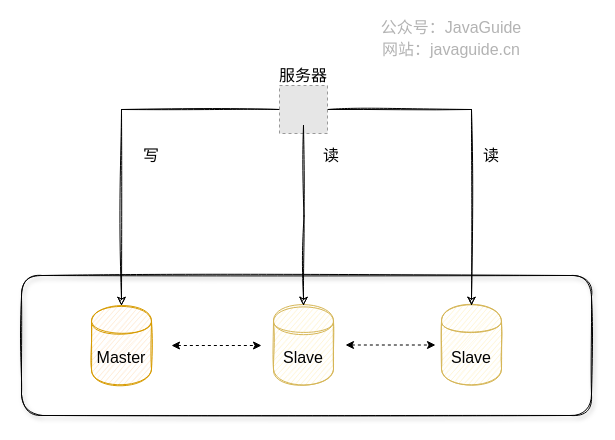
This is docs/high-performance/images/read-and-write-separation-and-library-subtable/read-and-write-separation.drawio from Snailclimb/JavaGuide, a draw.io file, before an edit. Source tidied: cells renumbered, new cells numbered last; positions are measured from the earlier drawing's top-left corner, leaving out a move shared by most shapes. Both pictures are drawn from the tidied source at 100%, with x=0, y=0 at pixel (21, 33). Pictures stored in the file or linked from it are replaced by grey dashed boxes.
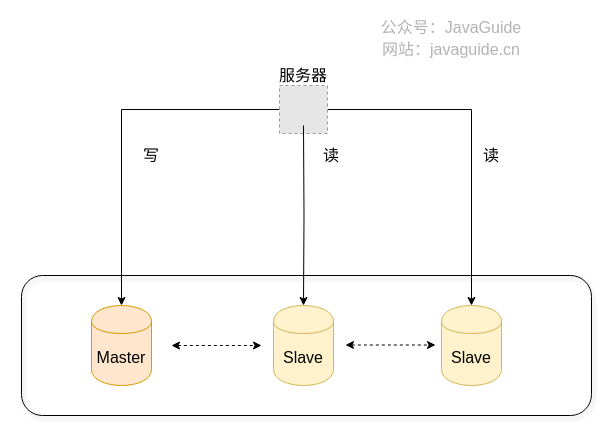
After the change.

The edit, as a diff of the source:
```diff
@@
 <mxGraphModel>
   <root>
     <mxCell id="0" />
     <mxCell id="1" parent="0" />
-    <mxCell id="2" style="rounded=1;whiteSpace=wrap;html=1;fillColor=none;glass=1;sketch=1;shadow=1;" parent="1" vertex="1">
+    <mxCell id="2" style="rounded=1;whiteSpace=wrap;html=1;fillColor=none;glass=1;sketch=0;shadow=1;" parent="1" vertex="1">
       <mxGeometry y="242" width="570" height="140" as="geometry" />
     </mxCell>
-    <mxCell id="3" value="Master" style="shape=cylinder;whiteSpace=wrap;html=1;boundedLbl=1;backgroundOutline=1;fillColor=#ffe6cc;strokeColor=#d79b00;shadow=0;sketch=1;fontSize=16;" parent="1" vertex="1">
+    <mxCell id="3" value="Master" style="shape=cylinder;whiteSpace=wrap;html=1;boundedLbl=1;backgroundOutline=1;fillColor=#ffe6cc;strokeColor=#d79b00;shadow=0;sketch=0;fontSize=16;" parent="1" vertex="1">
       <mxGeometry x="70" y="272" width="60" height="80" as="geometry" />
     </mxCell>
-    <mxCell id="4" value="Slave" style="shape=cylinder;whiteSpace=wrap;html=1;boundedLbl=1;backgroundOutline=1;fillColor=#fff2cc;strokeColor=#d6b656;shadow=0;sketch=1;fontSize=16;" parent="1" vertex="1">
+    <mxCell id="4" value="Slave" style="shape=cylinder;whiteSpace=wrap;html=1;boundedLbl=1;backgroundOutline=1;fillColor=#fff2cc;strokeColor=#d6b656;shadow=0;sketch=0;fontSize=16;" parent="1" vertex="1">
       <mxGeometry x="252" y="272" width="60" height="80" as="geometry" />
     </mxCell>
-    <mxCell id="5" value="Slave" style="shape=cylinder;whiteSpace=wrap;html=1;boundedLbl=1;backgroundOutline=1;fillColor=#fff2cc;strokeColor=#d6b656;shadow=0;sketch=1;fontSize=16;" parent="1" vertex="1">
+    <mxCell id="5" value="Slave" style="shape=cylinder;whiteSpace=wrap;html=1;boundedLbl=1;backgroundOutline=1;fillColor=#fff2cc;strokeColor=#d6b656;shadow=0;sketch=0;fontSize=16;" parent="1" vertex="1">
       <mxGeometry x="420" y="272" width="60" height="80" as="geometry" />
     </mxCell>
-    <mxCell id="6" value="写" style="text;html=1;strokeColor=none;fillColor=none;align=center;verticalAlign=middle;whiteSpace=wrap;rounded=0;shadow=1;glass=1;sketch=1;fontSize=16;" parent="1" vertex="1">
+    <mxCell id="6" value="写" style="text;html=1;strokeColor=none;fillColor=none;align=center;verticalAlign=middle;whiteSpace=wrap;rounded=0;shadow=1;glass=1;sketch=0;fontSize=16;" parent="1" vertex="1">
       <mxGeometry x="110" y="112" width="40" height="20" as="geometry" />
     </mxCell>
-    <mxCell id="7" value="读" style="text;html=1;strokeColor=none;fillColor=none;align=center;verticalAlign=middle;whiteSpace=wrap;rounded=0;shadow=1;glass=1;sketch=1;fontSize=16;" parent="1" vertex="1">
+    <mxCell id="7" value="读" style="text;html=1;strokeColor=none;fillColor=none;align=center;verticalAlign=middle;whiteSpace=wrap;rounded=0;shadow=1;glass=1;sketch=0;fontSize=16;" parent="1" vertex="1">
       <mxGeometry x="450" y="112" width="40" height="20" as="geometry" />
     </mxCell>
-    <mxCell id="8" style="edgeStyle=orthogonalEdgeStyle;rounded=0;jettySize=auto;html=1;entryX=0.5;entryY=0;entryDx=0;entryDy=0;sketch=1;" parent="1" edge="1" source="10" target="3">
+    <mxCell id="8" style="edgeStyle=orthogonalEdgeStyle;rounded=0;jettySize=auto;html=1;entryX=0.5;entryY=0;entryDx=0;entryDy=0;sketch=0;" parent="1" edge="1" source="10" target="3">
       <mxGeometry relative="1" as="geometry" />
     </mxCell>
-    <mxCell id="9" style="edgeStyle=orthogonalEdgeStyle;rounded=0;jettySize=auto;html=1;sketch=1;" parent="1" edge="1" source="10" target="5">
+    <mxCell id="9" style="edgeStyle=orthogonalEdgeStyle;rounded=0;jettySize=auto;html=1;sketch=0;" parent="1" edge="1" source="10" target="5">
       <mxGeometry relative="1" as="geometry" />
     </mxCell>
     <mxCell id="10" style="fillColor=#E6E6E6;strokeColor=#999999;dashed=1;verticalLabelPosition=bottom;labelBackgroundColor=#ffffff;verticalAlign=top;" parent="1" vertex="1">
       <mxGeometry x="258" y="52" width="48" height="48" as="geometry" />
     </mxCell>
-    <mxCell id="11" style="edgeStyle=orthogonalEdgeStyle;rounded=0;jettySize=auto;html=1;sketch=1;" parent="1" edge="1" target="4">
+    <mxCell id="11" style="edgeStyle=orthogonalEdgeStyle;rounded=0;jettySize=auto;html=1;sketch=0;" parent="1" edge="1" target="4">
       <mxGeometry relative="1" as="geometry">
         <mxPoint x="282" y="92" as="sourcePoint" />
       </mxGeometry>
     </mxCell>
-    <mxCell id="12" value="服务器" style="text;html=1;strokeColor=none;fillColor=none;align=center;verticalAlign=middle;whiteSpace=wrap;rounded=0;shadow=0;fontSize=16;sketch=1;" parent="1" vertex="1">
+    <mxCell id="12" value="服务器" style="text;html=1;strokeColor=none;fillColor=none;align=center;verticalAlign=middle;whiteSpace=wrap;rounded=0;shadow=0;fontSize=16;sketch=0;" parent="1" vertex="1">
       <mxGeometry x="252" y="32" width="60" height="20" as="geometry" />
     </mxCell>
-    <mxCell id="13" value="&lt;font style=&quot;font-size: 16px&quot;&gt;公众号：JavaGuide&lt;br&gt;网站：javaguide.cn&lt;/font&gt;" style="text;html=1;strokeColor=none;fillColor=none;align=center;verticalAlign=middle;whiteSpace=wrap;rounded=0;labelBackgroundColor=none;fontSize=18;fontColor=#B3B3B3;rotation=0;sketch=1;shadow=0;" parent="1" vertex="1">
+    <mxCell id="13" value="&lt;font style=&quot;font-size: 16px&quot;&gt;公众号：JavaGuide&lt;br&gt;网站：javaguide.cn&lt;/font&gt;" style="text;html=1;strokeColor=none;fillColor=none;align=center;verticalAlign=middle;whiteSpace=wrap;rounded=0;labelBackgroundColor=none;fontSize=18;fontColor=#B3B3B3;rotation=0;sketch=0;shadow=0;" parent="1" vertex="1">
       <mxGeometry x="340" width="180" height="10" as="geometry" />
     </mxCell>
-    <mxCell id="14" value="读" style="text;html=1;strokeColor=none;fillColor=none;align=center;verticalAlign=middle;whiteSpace=wrap;rounded=0;shadow=1;glass=1;sketch=1;fontSize=16;" parent="1" vertex="1">
+    <mxCell id="14" value="读" style="text;html=1;strokeColor=none;fillColor=none;align=center;verticalAlign=middle;whiteSpace=wrap;rounded=0;shadow=1;glass=1;sketch=0;fontSize=16;" parent="1" vertex="1">
       <mxGeometry x="290" y="112" width="40" height="20" as="geometry" />
     </mxCell>
-    <mxCell id="15" style="endArrow=classic;startArrow=classic;html=1;dashed=1;" parent="1" edge="1">
+    <mxCell id="15" style="endArrow=classic;startArrow=classic;html=1;dashed=1;sketch=0;" parent="1" edge="1">
       <mxGeometry relative="1" as="geometry">
         <mxPoint x="150" y="312" as="sourcePoint" />
         <mxPoint x="240" y="312" as="targetPoint" />
       </mxGeometry>
     </mxCell>
-    <mxCell id="16" style="endArrow=classic;startArrow=classic;html=1;dashed=1;" parent="1" edge="1">
+    <mxCell id="16" style="endArrow=classic;startArrow=classic;html=1;dashed=1;sketch=0;" parent="1" edge="1">
       <mxGeometry relative="1" as="geometry">
         <mxPoint x="324" y="311.5" as="sourcePoint" />
         <mxPoint x="414" y="311.5" as="targetPoint" />
       </mxGeometry>
     </mxCell>
   </root>
 </mxGraphModel>
```
